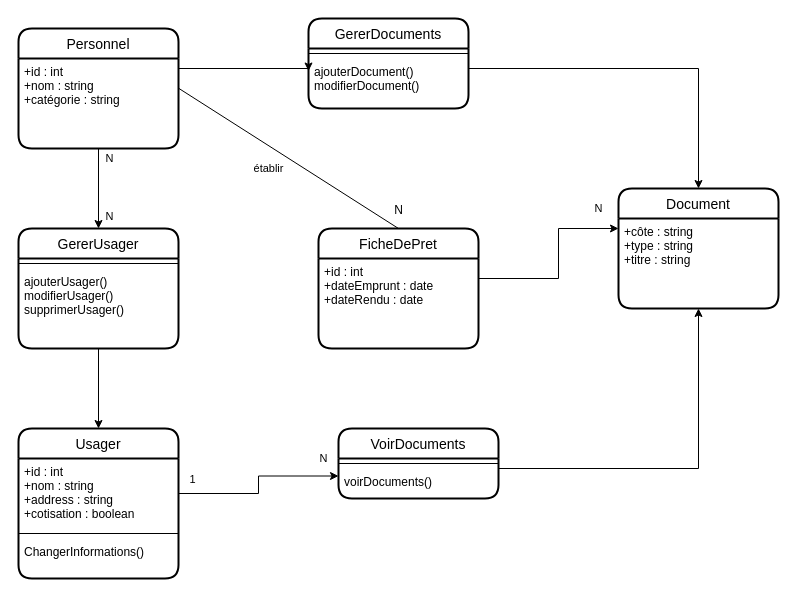
Before: composants_interface/maquette/classe.drawio in LdxPierre/CDAExercice, a draw.io diagram. Source tidied: cells renumbered, new cells numbered last; positions are measured from the earlier drawing's top-left corner, leaving out a move shared by most shapes. Both pictures are drawn from the tidied source at 100%, with x=0, y=0 at pixel (18, 18).
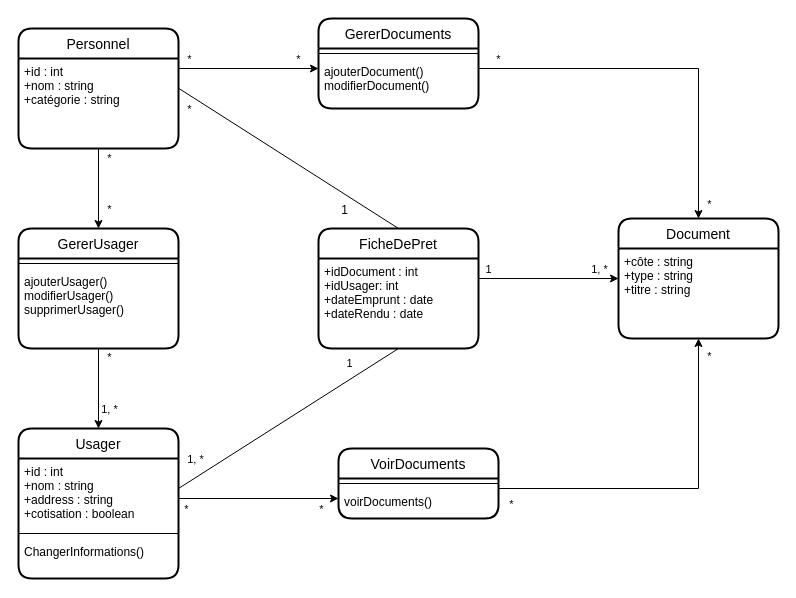
The same diagram, later.

Unchanged cells that the change refers to:
```xml
<mxCell id="3" value="+côte : string&#10;+type : string&#10;+titre : string" style="align=left;strokeColor=none;fillColor=none;spacingLeft=4;fontSize=12;verticalAlign=top;" parent="2" vertex="1">
  <mxGeometry y="30" width="160" height="90" as="geometry" />
</mxCell>
<mxCell id="6" value="+id : int&#10;+nom : string&#10;+address : string&#10;+cotisation : boolean" style="text;strokeColor=none;fillColor=none;spacingLeft=4;spacingRight=4;overflow=hidden;points=[[0,0.5],[1,0.5]];portConstraint=eastwest;fontSize=12;" parent="5" vertex="1">
  <mxGeometry y="30" width="160" height="70" as="geometry" />
</mxCell>
<mxCell id="9" style="edgeStyle=orthogonalEdgeStyle;rounded=0;jettySize=auto;html=1;exitX=0.5;exitY=1;exitDx=0;exitDy=0;entryX=0.5;entryY=0;entryDx=0;entryDy=0;" parent="1" edge="1" source="12" target="28">
  <mxGeometry relative="1" as="geometry" />
</mxCell>
<mxCell id="13" value="+id : int&#10;+nom : string&#10;+catégorie : string" style="align=left;strokeColor=none;fillColor=none;spacingLeft=4;fontSize=12;verticalAlign=top;" parent="12" vertex="1">
  <mxGeometry y="30" width="160" height="90" as="geometry" />
</mxCell>
<mxCell id="14" value="FicheDePret" style="swimlane;horizontal=1;startSize=30;rounded=1;fontSize=14;fontStyle=0;strokeWidth=2;shadow=0;dashed=0;align=center;" parent="1" vertex="1">
  <mxGeometry x="300" y="210" width="160" height="120" as="geometry" />
</mxCell>
<mxCell id="16" style="endArrow=none;html=1;rounded=0;entryX=0.5;entryY=0;entryDx=0;entryDy=0;" parent="1" edge="1" target="14">
  <mxGeometry relative="1" as="geometry">
    <mxPoint x="160" y="69.7" as="sourcePoint" />
  </mxGeometry>
</mxCell>
<mxCell id="21" value="voirDocuments()" style="align=left;strokeColor=none;fillColor=none;spacingLeft=4;fontSize=12;verticalAlign=top;" parent="19" vertex="1">
  <mxGeometry y="40" width="160" height="30" as="geometry" />
</mxCell>
<mxCell id="24" value="ajouterDocument()&#10;modifierDocument()&#10;" style="align=left;strokeColor=none;fillColor=none;spacingLeft=4;fontSize=12;verticalAlign=top;" parent="22" vertex="1">
  <mxGeometry y="40" width="160" height="50" as="geometry" />
</mxCell>
<mxCell id="27" style="edgeStyle=orthogonalEdgeStyle;rounded=0;jettySize=auto;html=1;exitX=0.5;exitY=1;exitDx=0;exitDy=0;entryX=0.5;entryY=0;entryDx=0;entryDy=0;" parent="1" edge="1" source="28" target="5">
  <mxGeometry relative="1" as="geometry" />
</mxCell>
```

Change to the diagram source:
```diff
@@
     <mxCell id="2" value="Document" style="swimlane;horizontal=1;startSize=30;rounded=1;fontSize=14;fontStyle=0;strokeWidth=2;shadow=0;dashed=0;align=center;" parent="1" vertex="1">
-      <mxGeometry x="600" y="170" width="160" height="120" as="geometry" />
+      <mxGeometry x="600" y="200" width="160" height="120" as="geometry" />
     </mxCell>
@@
-    <mxCell id="10" value="N" style="edgeLabel;html=1;align=center;verticalAlign=middle;" parent="9" vertex="1">
-      <mxGeometry x="-0.77" y="2" relative="1" as="geometry">
-        <mxPoint x="8" as="offset" />
-      </mxGeometry>
-    </mxCell>
-    <mxCell id="11" value="N" style="edgeLabel;html=1;align=center;verticalAlign=middle;" parent="9" vertex="1">
-      <mxGeometry x="0.67" y="1" relative="1" as="geometry">
-        <mxPoint x="9" as="offset" />
-      </mxGeometry>
-    </mxCell>
+    <mxCell id="37" value="*" style="edgeLabel;html=1;align=center;verticalAlign=middle;" parent="9" vertex="1">
+      <mxGeometry x="-0.78" y="1" relative="1" as="geometry">
+        <mxPoint x="9" as="offset" />
+      </mxGeometry>
+    </mxCell>
+    <mxCell id="38" value="*" style="edgeLabel;html=1;align=center;verticalAlign=middle;" parent="9" vertex="1">
+      <mxGeometry x="0.68" y="-1" relative="1" as="geometry">
+        <mxPoint x="11" y="-7" as="offset" />
+      </mxGeometry>
+    </mxCell>
@@
-    <mxCell id="15" value="+id : int&#10;+dateEmprunt : date&#10;+dateRendu : date" style="align=left;strokeColor=none;fillColor=none;spacingLeft=4;fontSize=12;verticalAlign=top;" parent="14" vertex="1">
+    <mxCell id="15" value="+idDocument : int&#10;+idUsager: int&#10;+dateEmprunt : date&#10;+dateRendu : date" style="align=left;strokeColor=none;fillColor=none;spacingLeft=4;fontSize=12;verticalAlign=top;" parent="14" vertex="1">
       <mxGeometry y="30" width="160" height="90" as="geometry" />
     </mxCell>
@@
-    <mxCell id="17" value="N" style="html=1;align=right;verticalAlign=bottom;" parent="16" vertex="1">
+    <mxCell id="17" value="1" style="html=1;align=right;verticalAlign=bottom;" parent="16" vertex="1">
       <mxGeometry x="1" relative="1" as="geometry">
-        <mxPoint x="5" y="-10" as="offset" />
+        <mxPoint x="-50" y="-10" as="offset" />
       </mxGeometry>
     </mxCell>
-    <mxCell id="18" value="établir" style="edgeLabel;html=1;align=center;verticalAlign=middle;" parent="16" vertex="1">
-      <mxGeometry x="0.15" y="-1" relative="1" as="geometry">
-        <mxPoint x="-36" y="-2" as="offset" />
-      </mxGeometry>
-    </mxCell>
+    <mxCell id="39" value="*" style="edgeLabel;html=1;align=center;verticalAlign=middle;" parent="16" vertex="1">
+      <mxGeometry x="-0.94" y="1" relative="1" as="geometry">
+        <mxPoint x="3" y="17" as="offset" />
+      </mxGeometry>
+    </mxCell>
     <mxCell id="19" value="VoirDocuments" style="swimlane;horizontal=1;startSize=30;rounded=1;fontSize=14;fontStyle=0;strokeWidth=2;shadow=0;dashed=0;align=center;" parent="1" vertex="1">
-      <mxGeometry x="320" y="410" width="160" height="70" as="geometry" />
+      <mxGeometry x="320" y="430" width="160" height="70" as="geometry" />
     </mxCell>
@@
     <mxCell id="22" value="GererDocuments" style="swimlane;horizontal=1;startSize=30;rounded=1;fontSize=14;fontStyle=0;strokeWidth=2;shadow=0;dashed=0;align=center;" parent="1" vertex="1">
-      <mxGeometry x="290" width="160" height="90" as="geometry" />
+      <mxGeometry x="300" width="160" height="90" as="geometry" />
     </mxCell>
@@
-    <mxCell id="25" style="edgeStyle=orthogonalEdgeStyle;rounded=0;jettySize=auto;html=1;exitX=1;exitY=0.5;exitDx=0;exitDy=0;entryX=0;entryY=0.25;entryDx=0;entryDy=0;" parent="1" edge="1" source="13" target="24">
+    <mxCell id="25" style="edgeStyle=orthogonalEdgeStyle;rounded=0;jettySize=auto;html=1;exitX=1;exitY=0.5;exitDx=0;exitDy=0;" parent="1" edge="1" source="13">
       <mxGeometry relative="1" as="geometry">
+        <mxPoint x="300" y="50" as="targetPoint" />
         <Array as="points">
           <mxPoint x="160" y="50" />
-          <mxPoint x="290" y="50" />
+          <mxPoint x="300" y="50" />
         </Array>
       </mxGeometry>
     </mxCell>
+    <mxCell id="40" value="*" style="edgeLabel;html=1;align=center;verticalAlign=middle;" parent="25" vertex="1">
+      <mxGeometry x="-0.49" y="2" relative="1" as="geometry">
+        <mxPoint y="-8" as="offset" />
+      </mxGeometry>
+    </mxCell>
+    <mxCell id="41" value="*" style="edgeLabel;html=1;align=center;verticalAlign=middle;" parent="25" vertex="1">
+      <mxGeometry x="0.76" y="1" relative="1" as="geometry">
+        <mxPoint y="-9" as="offset" />
+      </mxGeometry>
+    </mxCell>
-    <mxCell id="26" style="edgeStyle=orthogonalEdgeStyle;rounded=0;jettySize=auto;html=1;exitX=1;exitY=0.25;exitDx=0;exitDy=0;entryX=0.5;entryY=0;entryDx=0;entryDy=0;" parent="1" edge="1" source="24" target="2">
+    <mxCell id="26" style="edgeStyle=orthogonalEdgeStyle;rounded=0;jettySize=auto;html=1;entryX=0.5;entryY=0;entryDx=0;entryDy=0;" parent="1" edge="1" target="2">
       <mxGeometry relative="1" as="geometry">
+        <mxPoint x="460" y="50" as="sourcePoint" />
         <Array as="points">
-          <mxPoint x="450" y="50" />
+          <mxPoint x="460" y="50" />
           <mxPoint x="680" y="50" />
         </Array>
       </mxGeometry>
     </mxCell>
+    <mxCell id="42" value="*" style="edgeLabel;html=1;align=center;verticalAlign=middle;" parent="26" vertex="1">
+      <mxGeometry x="-0.89" y="-1" relative="1" as="geometry">
+        <mxPoint x="-1" y="-11" as="offset" />
+      </mxGeometry>
+    </mxCell>
+    <mxCell id="43" value="*" style="edgeLabel;html=1;align=center;verticalAlign=middle;" parent="26" vertex="1">
+      <mxGeometry x="0.92" relative="1" as="geometry">
+        <mxPoint x="10" as="offset" />
+      </mxGeometry>
+    </mxCell>
@@
+    <mxCell id="44" value="*" style="edgeLabel;html=1;align=center;verticalAlign=middle;" parent="27" vertex="1">
+      <mxGeometry x="-0.79" relative="1" as="geometry">
+        <mxPoint x="10" as="offset" />
+      </mxGeometry>
+    </mxCell>
+    <mxCell id="45" value="1, *" style="edgeLabel;html=1;align=center;verticalAlign=middle;" parent="27" vertex="1">
+      <mxGeometry x="0.68" relative="1" as="geometry">
+        <mxPoint x="10" y="-7" as="offset" />
+      </mxGeometry>
+    </mxCell>
@@
-    <mxCell id="31" style="edgeStyle=orthogonalEdgeStyle;rounded=0;jettySize=auto;html=1;exitX=1;exitY=0.25;exitDx=0;exitDy=0;entryX=0;entryY=0.111;entryDx=0;entryDy=0;entryPerimeter=0;" parent="1" edge="1" source="15" target="3">
+    <mxCell id="31" style="edgeStyle=orthogonalEdgeStyle;rounded=0;jettySize=auto;html=1;exitX=1;exitY=0.25;exitDx=0;exitDy=0;" parent="1" edge="1" source="15">
       <mxGeometry relative="1" as="geometry">
+        <mxPoint x="600" y="260" as="targetPoint" />
         <Array as="points">
           <mxPoint x="460" y="260" />
-          <mxPoint x="540" y="260" />
-          <mxPoint x="540" y="210" />
+          <mxPoint x="600" y="260" />
         </Array>
       </mxGeometry>
     </mxCell>
-    <mxCell id="32" value="N" style="edgeLabel;html=1;align=center;verticalAlign=middle;" parent="31" vertex="1">
+    <mxCell id="32" value="1, *" style="edgeLabel;html=1;align=center;verticalAlign=middle;" parent="31" vertex="1">
       <mxGeometry x="0.75" y="1" relative="1" as="geometry">
-        <mxPoint x="4" y="-19" as="offset" />
+        <mxPoint x="-2" y="-9" as="offset" />
       </mxGeometry>
     </mxCell>
+    <mxCell id="46" value="1" style="edgeLabel;html=1;align=center;verticalAlign=middle;" parent="31" vertex="1">
+      <mxGeometry x="-0.83" relative="1" as="geometry">
+        <mxPoint y="-10" as="offset" />
+      </mxGeometry>
+    </mxCell>
     <mxCell id="33" style="edgeStyle=orthogonalEdgeStyle;rounded=0;jettySize=auto;html=1;exitX=1;exitY=0;exitDx=0;exitDy=0;" parent="1" edge="1" source="21" target="3">
       <mxGeometry relative="1" as="geometry">
         <Array as="points">
-          <mxPoint x="680" y="450" />
+          <mxPoint x="680" y="470" />
         </Array>
       </mxGeometry>
     </mxCell>
+    <mxCell id="47" value="*" style="edgeLabel;html=1;align=center;verticalAlign=middle;" parent="33" vertex="1">
+      <mxGeometry x="-0.93" y="1" relative="1" as="geometry">
+        <mxPoint y="16" as="offset" />
+      </mxGeometry>
+    </mxCell>
+    <mxCell id="48" value="*" style="edgeLabel;html=1;align=center;verticalAlign=middle;" parent="33" vertex="1">
+      <mxGeometry x="0.9" y="-2" relative="1" as="geometry">
+        <mxPoint x="8" as="offset" />
+      </mxGeometry>
+    </mxCell>
-    <mxCell id="34" style="edgeStyle=orthogonalEdgeStyle;rounded=0;jettySize=auto;html=1;exitX=1;exitY=0.5;exitDx=0;exitDy=0;entryX=0;entryY=0.25;entryDx=0;entryDy=0;" parent="1" edge="1" source="6" target="21">
-      <mxGeometry relative="1" as="geometry" />
+    <mxCell id="34" style="edgeStyle=orthogonalEdgeStyle;rounded=0;jettySize=auto;html=1;exitX=1;exitY=0.5;exitDx=0;exitDy=0;" parent="1" edge="1" source="6">
+      <mxGeometry relative="1" as="geometry">
+        <mxPoint x="320" y="480" as="targetPoint" />
+        <Array as="points">
+          <mxPoint x="160" y="480" />
+          <mxPoint x="320" y="480" />
+        </Array>
+      </mxGeometry>
     </mxCell>
-    <mxCell id="35" value="1" style="edgeLabel;html=1;align=center;verticalAlign=middle;" parent="34" vertex="1">
-      <mxGeometry x="-0.85" y="-2" relative="1" as="geometry">
-        <mxPoint y="-17" as="offset" />
-      </mxGeometry>
-    </mxCell>
-    <mxCell id="36" value="N" style="edgeLabel;html=1;align=center;verticalAlign=middle;" parent="34" vertex="1">
-      <mxGeometry x="0.82" relative="1" as="geometry">
-        <mxPoint y="-18" as="offset" />
-      </mxGeometry>
-    </mxCell>
+    <mxCell id="49" value="*" style="edgeLabel;html=1;align=center;verticalAlign=middle;" parent="34" vertex="1">
+      <mxGeometry x="-0.85" y="1" relative="1" as="geometry">
+        <mxPoint y="11" as="offset" />
+      </mxGeometry>
+    </mxCell>
+    <mxCell id="50" value="*" style="edgeLabel;html=1;align=center;verticalAlign=middle;" parent="34" vertex="1">
+      <mxGeometry x="0.78" relative="1" as="geometry">
+        <mxPoint y="10" as="offset" />
+      </mxGeometry>
+    </mxCell>
+    <mxCell id="51" style="endArrow=none;html=1;rounded=0;entryX=0.5;entryY=1;entryDx=0;entryDy=0;" parent="1" edge="1" target="15">
+      <mxGeometry relative="1" as="geometry">
+        <mxPoint x="160" y="470" as="sourcePoint" />
+      </mxGeometry>
+    </mxCell>
+    <mxCell id="52" value="1, *" style="edgeLabel;html=1;align=center;verticalAlign=middle;" parent="51" vertex="1">
+      <mxGeometry x="-0.85" relative="1" as="geometry">
+        <mxPoint y="-19" as="offset" />
+      </mxGeometry>
+    </mxCell>
+    <mxCell id="53" value="1" style="edgeLabel;html=1;align=center;verticalAlign=middle;" parent="51" vertex="1">
+      <mxGeometry x="0.81" y="-2" relative="1" as="geometry">
+        <mxPoint x="-30" as="offset" />
+      </mxGeometry>
+    </mxCell>
```
